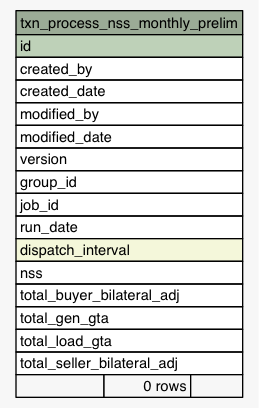
eyana-m/python-data-dictionary-writer keeps this Graphviz diagram as Data/settlement/diagrams/summary/txn_process_nss_monthly_prelim.1degree.png. Above is the earlier version. Its source is kept beside it as Data/settlement/diagrams/summary/txn_process_nss_monthly_prelim.1degree.dot. The source it was exported from:
```dot
digraph "txn_process_nss_monthly_prelim" {
  graph [
    rankdir="RL"
    bgcolor="#f7f7f7"
    nodesep="0.18"
    ranksep="0.46"
    fontname="Helvetica"
    fontsize="11"
  ];
  node [
    fontname="Helvetica"
    fontsize="11"
    shape="plaintext"
  ];
  edge [
    arrowsize="0.8"
  ];
  "txn_process_nss_monthly_prelim" [
    label=<
    <TABLE BORDER="0" CELLBORDER="1" CELLSPACING="0" BGCOLOR="#ffffff">
      <TR><TD COLSPAN="3" BGCOLOR="#9bab96" ALIGN="CENTER">txn_process_nss_monthly_prelim</TD></TR>
      <TR><TD PORT="id" COLSPAN="3" BGCOLOR="#bed1b8" ALIGN="LEFT">id</TD></TR>
      <TR><TD PORT="created_by" COLSPAN="3" ALIGN="LEFT">created_by</TD></TR>
      <TR><TD PORT="created_date" COLSPAN="3" ALIGN="LEFT">created_date</TD></TR>
      <TR><TD PORT="modified_by" COLSPAN="3" ALIGN="LEFT">modified_by</TD></TR>
      <TR><TD PORT="modified_date" COLSPAN="3" ALIGN="LEFT">modified_date</TD></TR>
      <TR><TD PORT="version" COLSPAN="3" ALIGN="LEFT">version</TD></TR>
      <TR><TD PORT="group_id" COLSPAN="3" ALIGN="LEFT">group_id</TD></TR>
      <TR><TD PORT="job_id" COLSPAN="3" ALIGN="LEFT">job_id</TD></TR>
      <TR><TD PORT="run_date" COLSPAN="3" ALIGN="LEFT">run_date</TD></TR>
      <TR><TD PORT="dispatch_interval" COLSPAN="3" BGCOLOR="#f4f7da" ALIGN="LEFT">dispatch_interval</TD></TR>
      <TR><TD PORT="nss" COLSPAN="3" ALIGN="LEFT">nss</TD></TR>
      <TR><TD PORT="total_buyer_bilateral_adj" COLSPAN="3" ALIGN="LEFT">total_buyer_bilateral_adj</TD></TR>
      <TR><TD PORT="total_gen_gta" COLSPAN="3" ALIGN="LEFT">total_gen_gta</TD></TR>
      <TR><TD PORT="total_load_gta" COLSPAN="3" ALIGN="LEFT">total_load_gta</TD></TR>
      <TR><TD PORT="total_seller_bilateral_adj" COLSPAN="3" ALIGN="LEFT">total_seller_bilateral_adj</TD></TR>
      <TR><TD ALIGN="LEFT" BGCOLOR="#f7f7f7">  </TD><TD ALIGN="RIGHT" BGCOLOR="#f7f7f7">0 rows</TD><TD ALIGN="RIGHT" BGCOLOR="#f7f7f7">  </TD></TR>
    </TABLE>>
    URL="tables/txn_process_nss_monthly_prelim.html"
    tooltip="txn_process_nss_monthly_prelim"
  ];
}
```
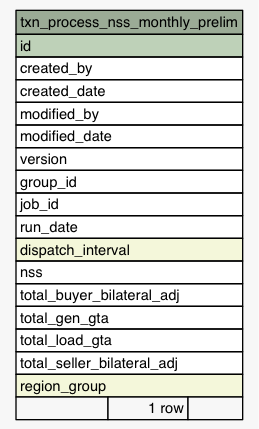
The same diagram one commit later.

What changed in the source:
```diff
@@ -34,7 +34,8 @@
       <TR><TD PORT="total_gen_gta" COLSPAN="3" ALIGN="LEFT">total_gen_gta</TD></TR>
       <TR><TD PORT="total_load_gta" COLSPAN="3" ALIGN="LEFT">total_load_gta</TD></TR>
       <TR><TD PORT="total_seller_bilateral_adj" COLSPAN="3" ALIGN="LEFT">total_seller_bilateral_adj</TD></TR>
-      <TR><TD ALIGN="LEFT" BGCOLOR="#f7f7f7">  </TD><TD ALIGN="RIGHT" BGCOLOR="#f7f7f7">0 rows</TD><TD ALIGN="RIGHT" BGCOLOR="#f7f7f7">  </TD></TR>
+      <TR><TD PORT="region_group" COLSPAN="3" BGCOLOR="#f4f7da" ALIGN="LEFT">region_group</TD></TR>
+      <TR><TD ALIGN="LEFT" BGCOLOR="#f7f7f7">  </TD><TD ALIGN="RIGHT" BGCOLOR="#f7f7f7">1 row</TD><TD ALIGN="RIGHT" BGCOLOR="#f7f7f7">  </TD></TR>
     </TABLE>>
     URL="tables/txn_process_nss_monthly_prelim.html"
     tooltip="txn_process_nss_monthly_prelim"
```
